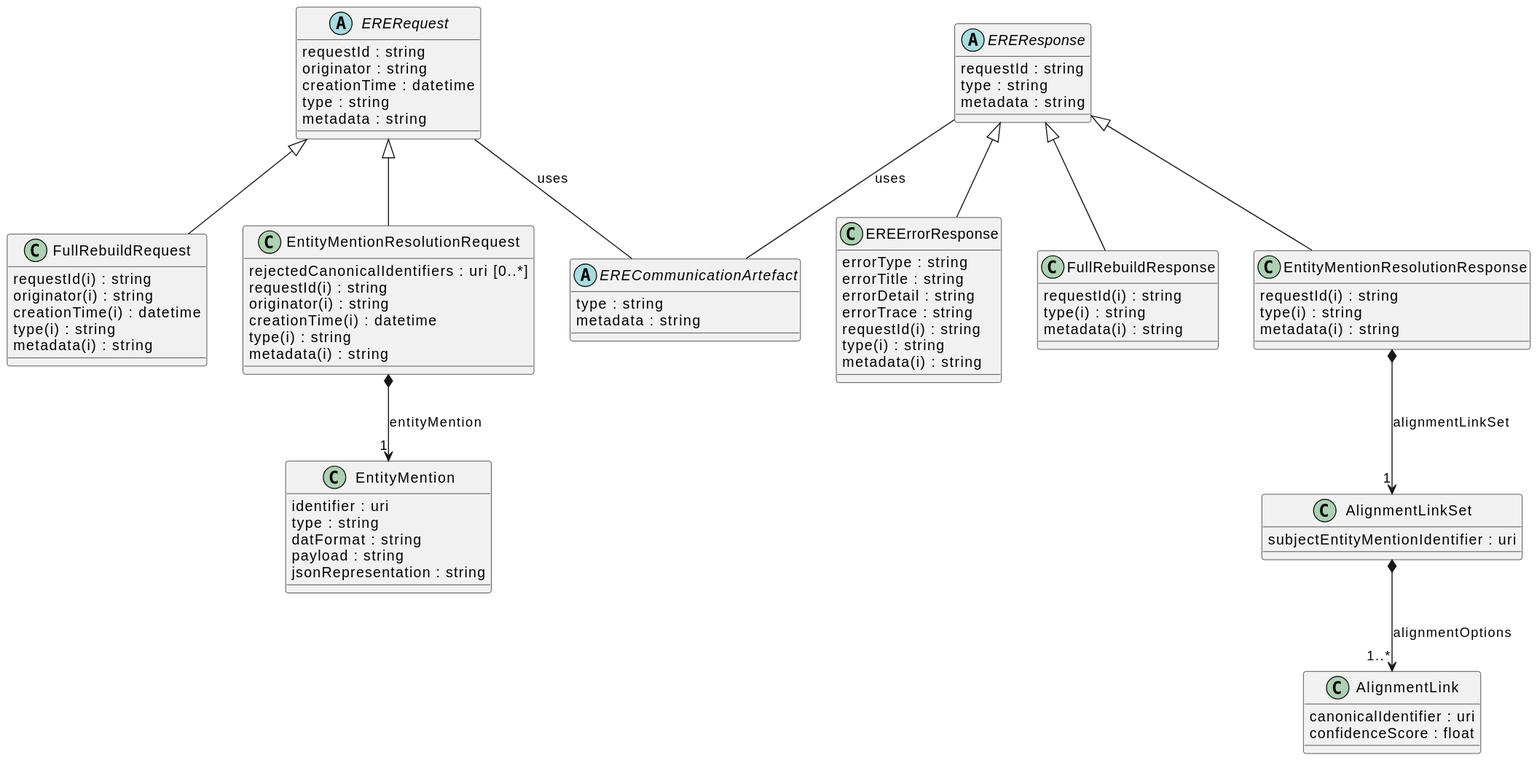
The PlantUML diagram docs/schema/ErsServiceDataSchema.svg in OP-TED/entity-resolution-spec, before a commit.
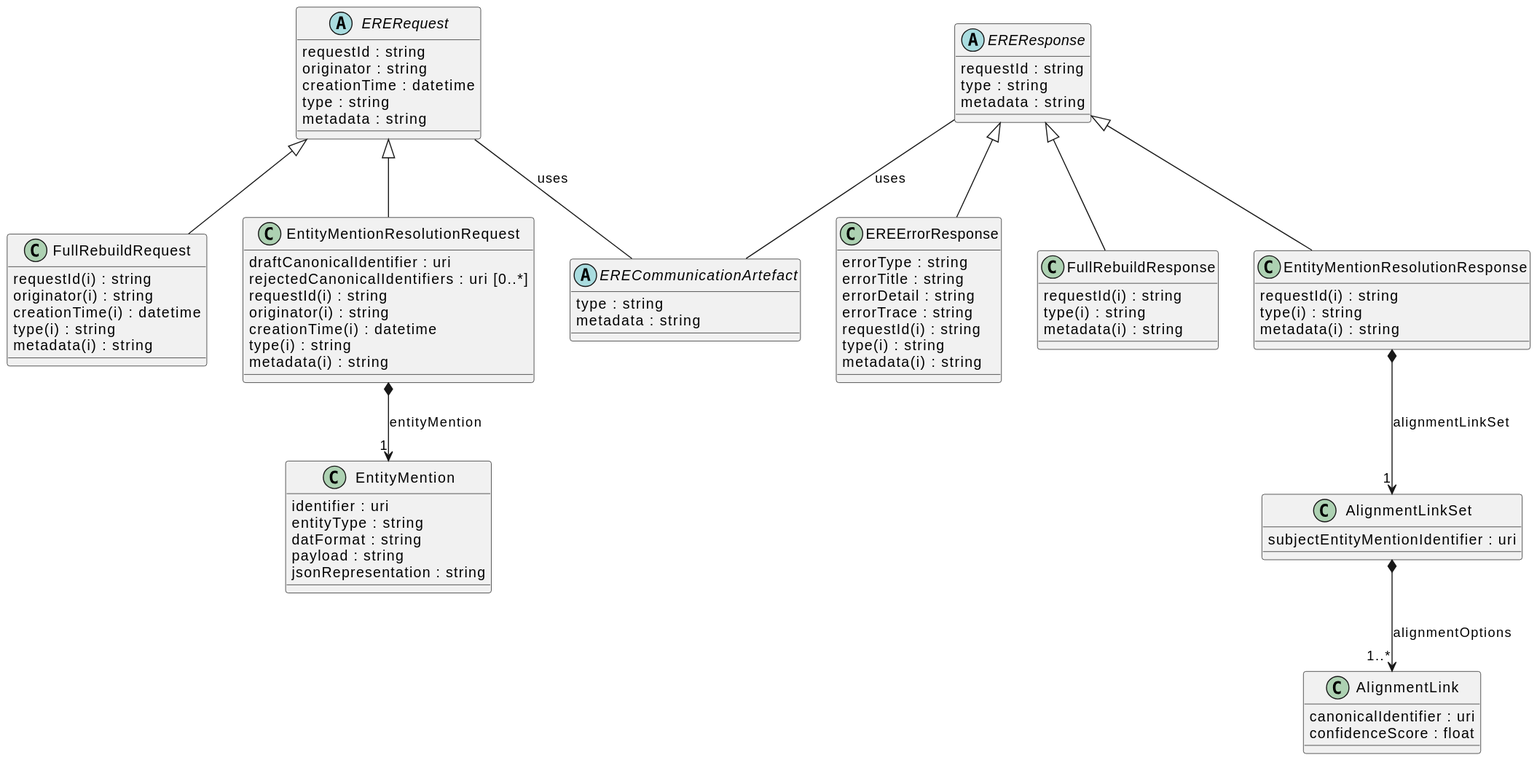
Above is the later version.

The edit, as a diff of the source:
```diff
@@ -1,5 +1,6 @@
 @startuml
 class "EntityMentionResolutionRequest" [[{An entity resolution request sent to the ERE, containing the entity to be resolved.}]] {
+    {field} draftCanonicalIdentifier : uri
     {field} rejectedCanonicalIdentifiers : uri  [0..*]
     {field} requestId(i) : string
     {field} originator(i) : string
@@ -9,7 +10,7 @@
 }
 class "EntityMention" [[{An entity mention is a representation of a real-world entity in the ERS. It must have }]] {
     {field} identifier : uri
-    {field} type : string
+    {field} entityType : string
     {field} datFormat : string
     {field} payload : string
     {field} jsonRepresentation : string
```
